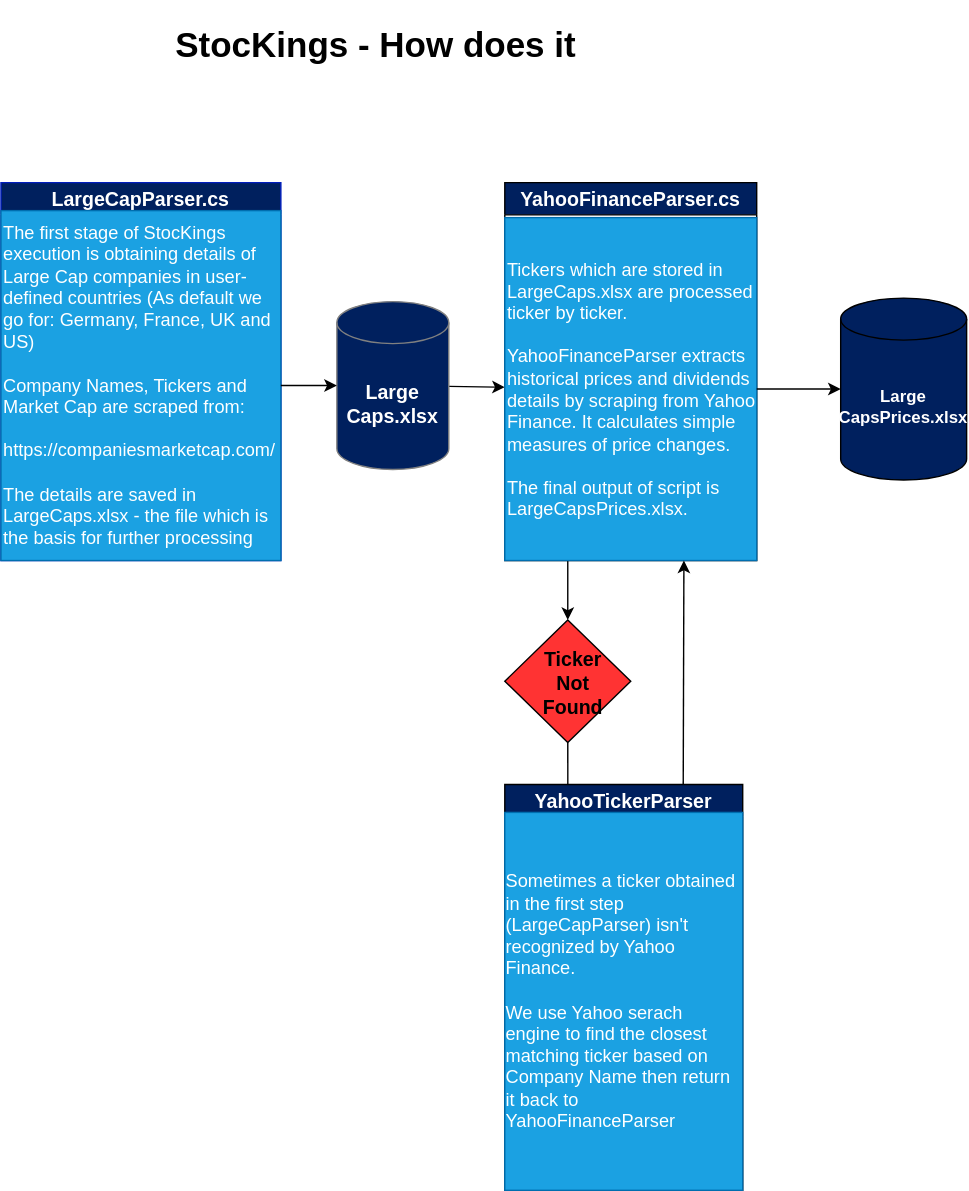
This is Assets/process.drawio.svg from GIKroch/StocKings, a draw.io export, as it was before one commit. Source tidied: cells renumbered, new cells last; positions are measured from the earlier drawing's top-left corner, leaving out a move shared by most shapes.
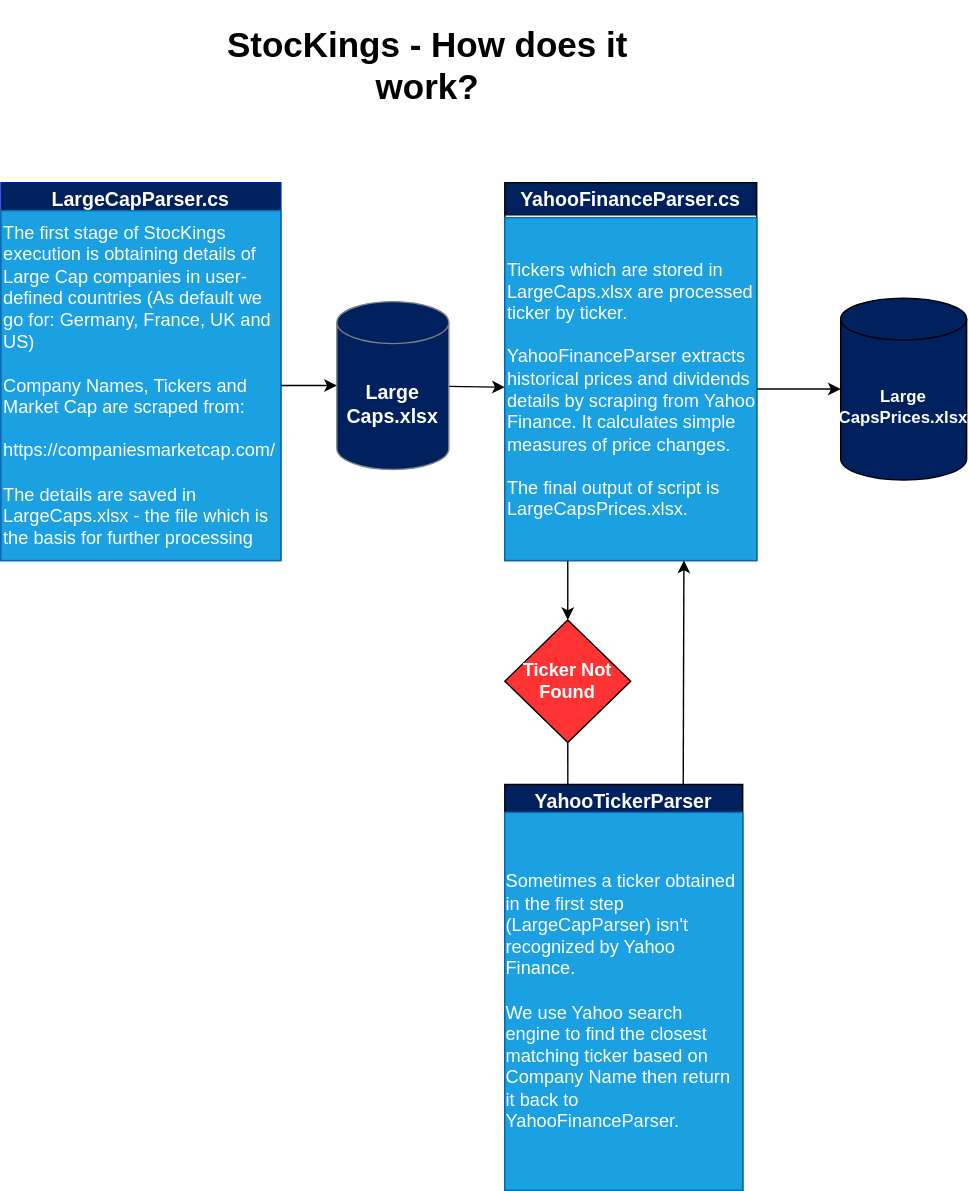
The same file after the commit.

Commit message:
Process Map next improvement

The edit, as a diff of the source:
```diff
@@ -2,8 +2,8 @@
   <root>
     <mxCell id="0" />
     <mxCell id="1" parent="0" />
-    <mxCell id="2" value="&lt;h1 style=&quot;font-size: 25px;&quot;&gt;StocKings - How does it work?&amp;nbsp;&lt;/h1&gt;" style="text;html=1;strokeColor=none;fillColor=none;spacing=5;spacingTop=-20;whiteSpace=wrap;overflow=hidden;rounded=0;fontSize=25;" parent="1" vertex="1">
-      <mxGeometry x="120" width="370" height="40" as="geometry" />
+    <mxCell id="2" value="&lt;h1 style=&quot;font-size: 25px;&quot;&gt;StocKings - How does it work?&amp;nbsp;&lt;/h1&gt;" style="text;html=1;strokeColor=none;fillColor=none;spacing=5;spacingTop=-20;whiteSpace=wrap;overflow=hidden;rounded=0;fontSize=25;align=center;" parent="1" vertex="1">
+      <mxGeometry x="120" width="370" height="70" as="geometry" />
     </mxCell>
     <mxCell id="3" value="LargeCapParser.cs" style="swimlane;fontSize=14;fillColor=#00205E;fontColor=#ffffff;strokeColor=#001DBC;" parent="1" vertex="1">
       <mxGeometry y="120" width="200" height="270" as="geometry" />
@@ -32,8 +32,8 @@
     <mxCell id="11" style="rhombus;whiteSpace=wrap;html=1;fontSize=11;fillColor=#FF3333;" parent="1" vertex="1">
       <mxGeometry x="360" y="432.5" width="90" height="87.5" as="geometry" />
     </mxCell>
-    <mxCell id="12" value="Ticker Not Found" style="text;html=1;strokeColor=none;fillColor=none;align=center;verticalAlign=middle;whiteSpace=wrap;rounded=0;fontSize=14;fontStyle=1;" parent="1" vertex="1" collapsed="1">
-      <mxGeometry x="374" y="465" width="70" height="25" as="geometry" />
+    <mxCell id="12" value="Ticker Not Found" style="text;html=1;strokeColor=none;fillColor=none;align=center;verticalAlign=middle;whiteSpace=wrap;rounded=0;fontSize=13;fontStyle=1;fontColor=#FFFFFF;" parent="1" vertex="1" collapsed="1">
+      <mxGeometry x="370" y="463.8" width="70" height="25" as="geometry" />
     </mxCell>
     <mxCell id="13" style="edgeStyle=none;html=1;exitX=0.75;exitY=0;exitDx=0;exitDy=0;entryX=0.711;entryY=1;entryDx=0;entryDy=0;entryPerimeter=0;fontSize=12;fontColor=#FFFFFF;" parent="1" edge="1" source="14" target="9">
       <mxGeometry relative="1" as="geometry" />
@@ -41,7 +41,7 @@
     <mxCell id="14" value="YahooTickerParser" style="swimlane;fontSize=14;fillColor=#00205E;fontColor=#FFFFFF;" parent="1" vertex="1">
       <mxGeometry x="360" y="550" width="170" height="290" as="geometry" />
     </mxCell>
-    <mxCell id="15" value="&lt;div style=&quot;text-align: left; font-size: 13px;&quot;&gt;&lt;span style=&quot;font-size: 13px;&quot;&gt;Sometimes a ticker obtained in the first step (LargeCapParser) isn't recognized by Yahoo Finance.&amp;nbsp;&lt;/span&gt;&lt;/div&gt;&lt;div style=&quot;text-align: left; font-size: 13px;&quot;&gt;&lt;br style=&quot;font-size: 13px;&quot;&gt;&lt;/div&gt;&lt;div style=&quot;text-align: left; font-size: 13px;&quot;&gt;&lt;span style=&quot;font-size: 13px;&quot;&gt;We use Yahoo serach engine to find the closest matching ticker based on Company Name then return it back to YahooFinanceParser&lt;/span&gt;&lt;/div&gt;" style="text;html=1;strokeColor=#006EAF;fillColor=#1ba1e2;align=center;verticalAlign=middle;whiteSpace=wrap;rounded=0;fontSize=13;fontColor=#ffffff;" parent="14" vertex="1">
+    <mxCell id="15" value="&lt;div style=&quot;text-align: left ; font-size: 13px&quot;&gt;&lt;span style=&quot;font-size: 13px&quot;&gt;Sometimes a ticker obtained in the first step (LargeCapParser) isn't recognized by Yahoo Finance.&amp;nbsp;&lt;/span&gt;&lt;/div&gt;&lt;div style=&quot;text-align: left ; font-size: 13px&quot;&gt;&lt;br style=&quot;font-size: 13px&quot;&gt;&lt;/div&gt;&lt;div style=&quot;text-align: left ; font-size: 13px&quot;&gt;&lt;span style=&quot;font-size: 13px&quot;&gt;We use Yahoo search engine to find the closest matching ticker based on Company Name then return it back to YahooFinanceParser.&lt;/span&gt;&lt;/div&gt;" style="text;html=1;strokeColor=#006EAF;fillColor=#1ba1e2;align=center;verticalAlign=middle;whiteSpace=wrap;rounded=0;fontSize=13;fontColor=#ffffff;" parent="14" vertex="1">
       <mxGeometry y="20" width="170" height="270" as="geometry" />
     </mxCell>
     <mxCell id="16" value="Large&lt;br style=&quot;font-size: 12px;&quot;&gt;CapsPrices.xlsx" style="shape=cylinder3;whiteSpace=wrap;html=1;boundedLbl=1;backgroundOutline=1;size=15;fontSize=12;fillColor=#00205E;fontStyle=1;fontColor=#FFFFFF;" parent="1" vertex="1">
```
